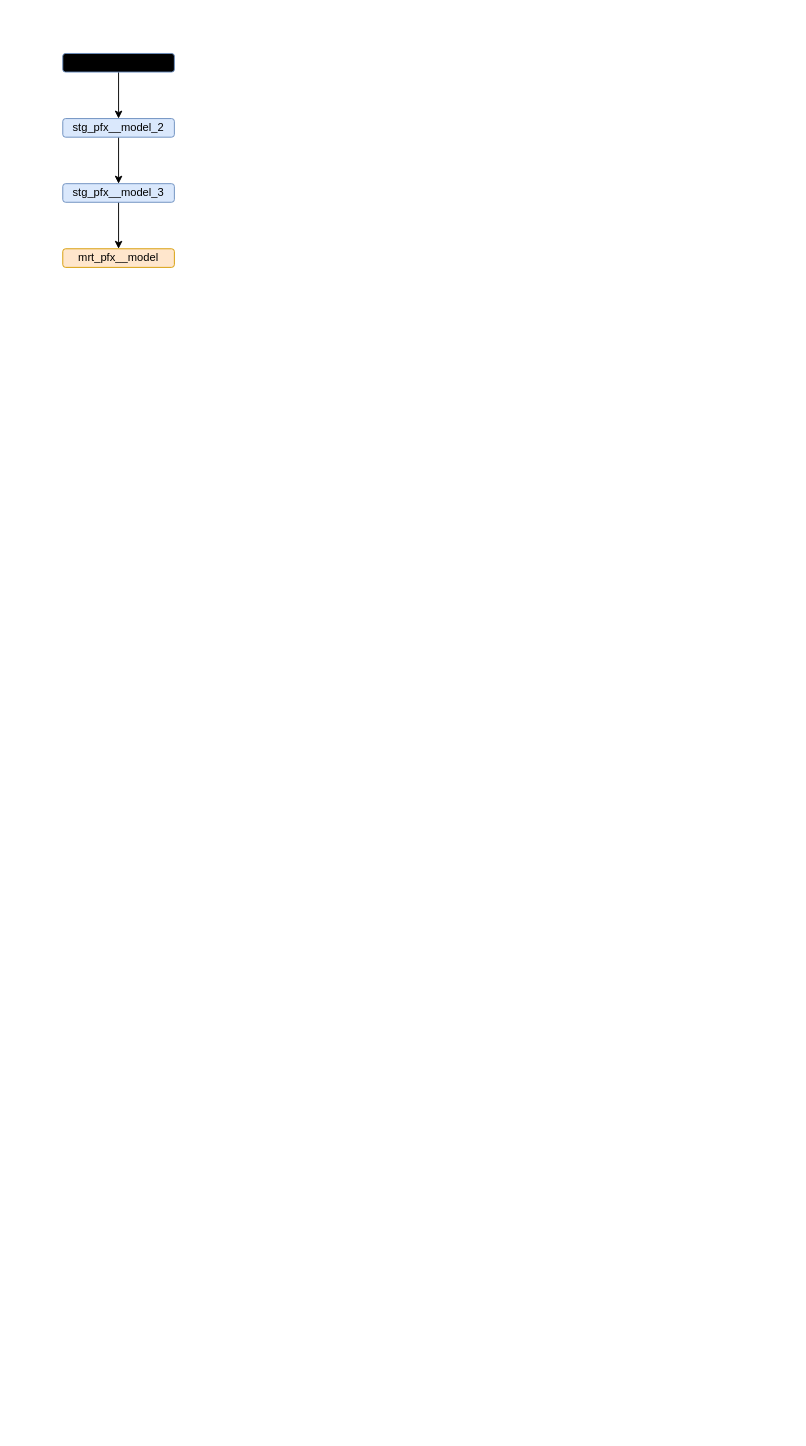
Earlier version of the draw.io diagram specific-tasks/Data Pipeline Design/Data Pipeline.drawio (BenWS/cookiecutter-generic). Source tidied: cells renumbered, new cells numbered last; positions are measured from the earlier drawing's top-left corner, leaving out a move shared by most shapes. Both pictures are drawn from the tidied source at 93%, with x=0, y=0 at pixel (62, 53).
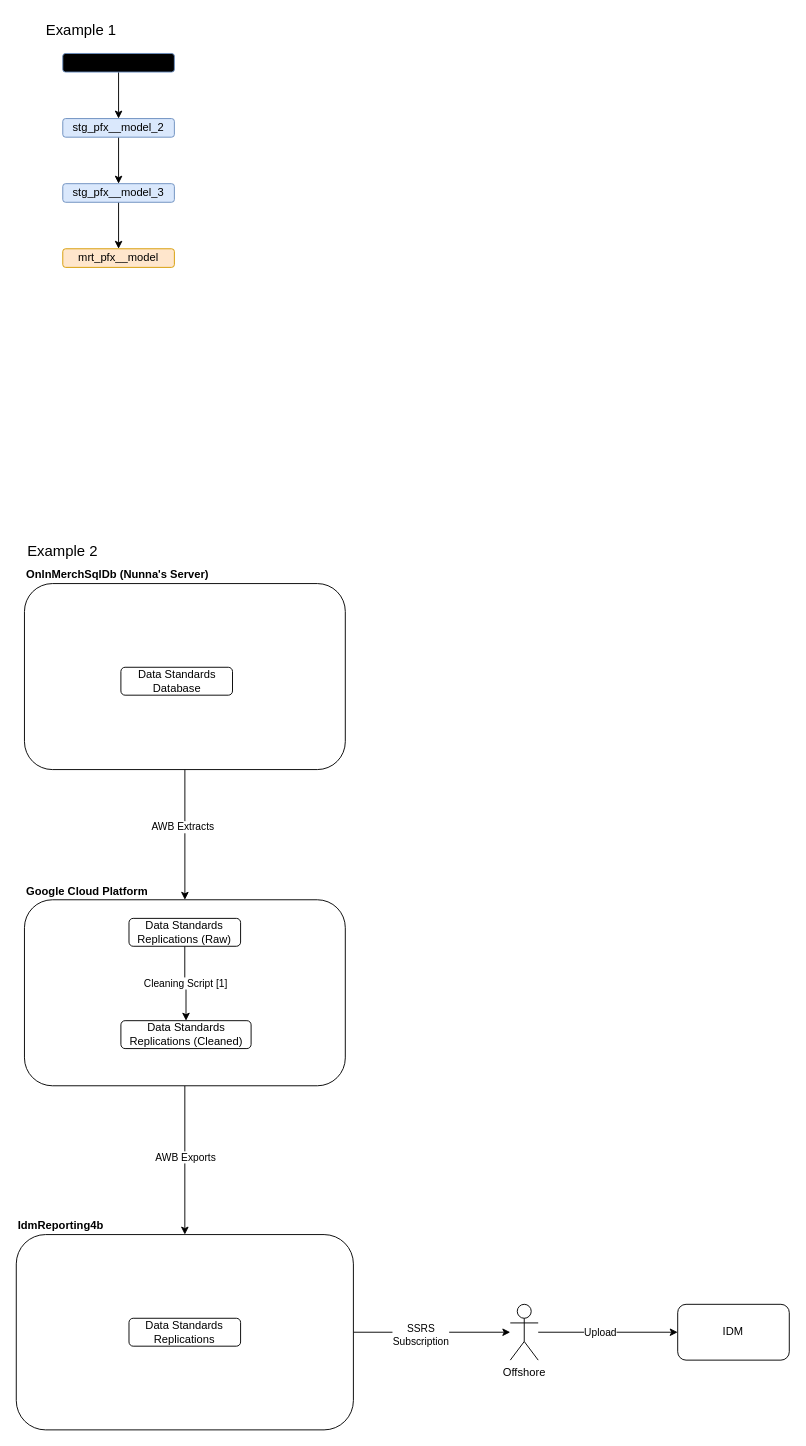
After the change.

Diff of the diagram source:
```diff
@@
+    <mxCell id="9" style="edgeStyle=orthogonalEdgeStyle;rounded=0;jettySize=auto;html=1;entryX=0.5;entryY=0;entryDx=0;entryDy=0;" parent="1" edge="1" source="11" target="17">
+      <mxGeometry relative="1" as="geometry" />
+    </mxCell>
+    <mxCell id="10" value="AWB Extracts" style="edgeLabel;html=1;align=center;verticalAlign=middle;" parent="9" vertex="1">
+      <mxGeometry x="-0.13" y="-3" relative="1" as="geometry" />
+    </mxCell>
+    <mxCell id="11" value="OnlnMerchSqlDb (Nunna's Server)" style="rounded=1;whiteSpace=wrap;html=1;align=left;labelPosition=center;verticalLabelPosition=top;verticalAlign=bottom;fontStyle=1;" parent="1" vertex="1">
+      <mxGeometry x="-41.2" y="570" width="345" height="200" as="geometry" />
+    </mxCell>
+    <mxCell id="12" style="edgeStyle=orthogonalEdgeStyle;rounded=0;jettySize=auto;html=1;" parent="1" edge="1" source="14" target="27">
+      <mxGeometry relative="1" as="geometry" />
+    </mxCell>
+    <mxCell id="13" value="SSRS&lt;br&gt;Subscription" style="edgeLabel;html=1;align=center;verticalAlign=middle;" parent="12" vertex="1">
+      <mxGeometry x="-0.15" y="-2" relative="1" as="geometry" />
+    </mxCell>
+    <mxCell id="14" value="IdmReporting4b" style="rounded=1;whiteSpace=wrap;html=1;fontStyle=1;align=left;labelPosition=center;verticalLabelPosition=top;verticalAlign=bottom;" parent="1" vertex="1">
+      <mxGeometry x="-50" y="1270" width="362.5" height="210" as="geometry" />
+    </mxCell>
+    <mxCell id="15" style="edgeStyle=orthogonalEdgeStyle;rounded=0;jettySize=auto;html=1;entryX=0.5;entryY=0;entryDx=0;entryDy=0;" parent="1" edge="1" source="17" target="14">
+      <mxGeometry relative="1" as="geometry" />
+    </mxCell>
+    <mxCell id="16" value="AWB Exports" style="edgeLabel;html=1;align=center;verticalAlign=middle;" parent="15" vertex="1">
+      <mxGeometry x="-0.2" y="1" relative="1" as="geometry">
+        <mxPoint x="-1" y="12" as="offset" />
+      </mxGeometry>
+    </mxCell>
+    <mxCell id="17" value="Google Cloud Platform" style="rounded=1;whiteSpace=wrap;html=1;align=left;labelPosition=center;verticalLabelPosition=top;verticalAlign=bottom;fontStyle=1;" parent="1" vertex="1">
+      <mxGeometry x="-41.2" y="910" width="345" height="200" as="geometry" />
+    </mxCell>
+    <mxCell id="18" value="Data Standards Replications (Cleaned)" style="rounded=1;whiteSpace=wrap;html=1;" parent="1" vertex="1">
+      <mxGeometry x="62.5" y="1040" width="140" height="30" as="geometry" />
+    </mxCell>
+    <mxCell id="19" value="Data Standards Database" style="rounded=1;whiteSpace=wrap;html=1;" parent="1" vertex="1">
+      <mxGeometry x="62.5" y="660" width="120" height="30" as="geometry" />
+    </mxCell>
+    <mxCell id="20" style="edgeStyle=orthogonalEdgeStyle;rounded=0;jettySize=auto;html=1;" parent="1" edge="1" source="22" target="18">
+      <mxGeometry relative="1" as="geometry" />
+    </mxCell>
+    <mxCell id="21" value="Cleaning Script [1]" style="edgeLabel;html=1;align=center;verticalAlign=middle;" parent="20" vertex="1">
+      <mxGeometry x="-0.2" y="3" relative="1" as="geometry">
+        <mxPoint x="-3" y="6" as="offset" />
+      </mxGeometry>
+    </mxCell>
+    <mxCell id="22" value="Data Standards Replications (Raw)" style="rounded=1;whiteSpace=wrap;html=1;" parent="1" vertex="1">
+      <mxGeometry x="71.2" y="930" width="120" height="30" as="geometry" />
+    </mxCell>
+    <mxCell id="23" value="Data Standards Replications" style="rounded=1;whiteSpace=wrap;html=1;" parent="1" vertex="1">
+      <mxGeometry x="71.2" y="1360" width="120" height="30" as="geometry" />
+    </mxCell>
+    <mxCell id="24" style="edgeStyle=orthogonalEdgeStyle;rounded=0;orthogonalLoop=1;jettySize=auto;html=1;exitX=0.5;exitY=1;exitDx=0;exitDy=0;" parent="1" edge="1" source="19" target="19">
+      <mxGeometry relative="1" as="geometry" />
+    </mxCell>
+    <mxCell id="25" style="edgeStyle=orthogonalEdgeStyle;rounded=0;jettySize=auto;html=1;entryX=0;entryY=0.5;entryDx=0;entryDy=0;" parent="1" edge="1" source="27" target="28">
+      <mxGeometry relative="1" as="geometry" />
+    </mxCell>
+    <mxCell id="26" value="Upload" style="edgeLabel;html=1;align=center;verticalAlign=middle;" parent="25" vertex="1">
+      <mxGeometry x="-0.12" relative="1" as="geometry" />
+    </mxCell>
+    <mxCell id="27" value="Offshore" style="shape=umlActor;verticalLabelPosition=bottom;verticalAlign=top;html=1;outlineConnect=0;" parent="1" vertex="1">
+      <mxGeometry x="481.2" y="1345" width="30" height="60" as="geometry" />
+    </mxCell>
+    <mxCell id="28" value="IDM" style="rounded=1;whiteSpace=wrap;html=1;" parent="1" vertex="1">
+      <mxGeometry x="661.2" y="1345" width="120" height="60" as="geometry" />
+    </mxCell>
+    <mxCell id="29" value="&lt;font style=&quot;font-size: 16px;&quot;&gt;Example 1&lt;/font&gt;" style="text;html=1;align=center;verticalAlign=middle;whiteSpace=wrap;rounded=0;" parent="1" vertex="1">
+      <mxGeometry x="-30" y="-40" width="100" height="30" as="geometry" />
+    </mxCell>
+    <mxCell id="30" value="&lt;font style=&quot;font-size: 16px;&quot;&gt;Example 2&lt;/font&gt;" style="text;html=1;align=center;verticalAlign=middle;whiteSpace=wrap;rounded=0;" parent="1" vertex="1">
+      <mxGeometry x="-50" y="520" width="100" height="30" as="geometry" />
+    </mxCell>
```
